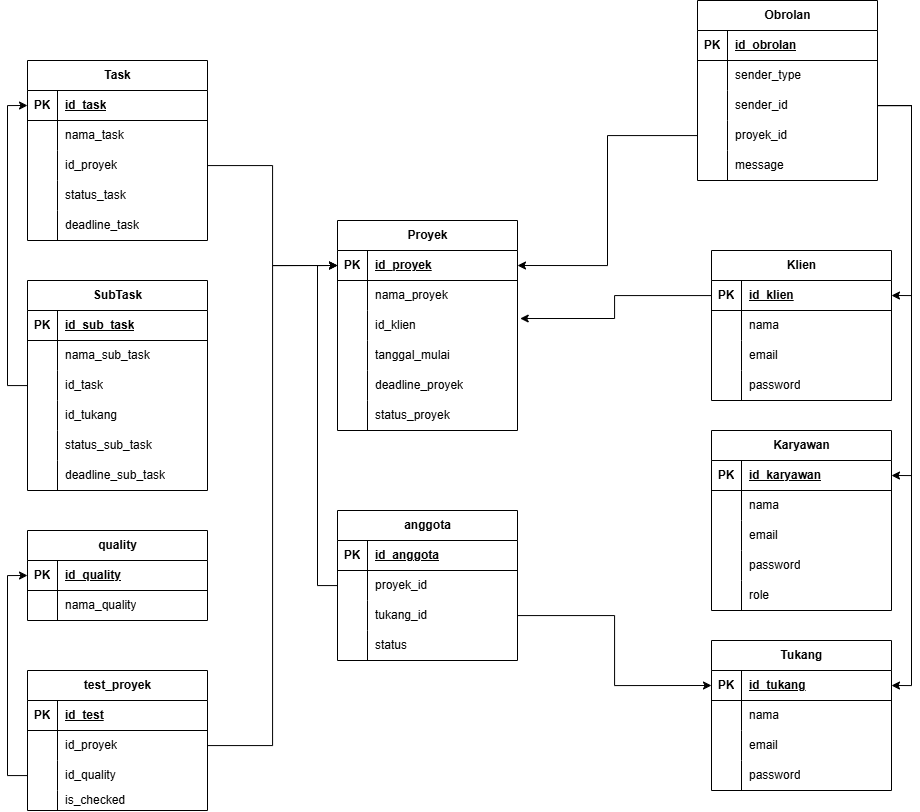
Above: Diagram Tanpa Judul.drawio.png in hambali-020608/web-manajemen-proyek (draw.io), before the change. Source tidied: cells renumbered, new cells last; positions are measured from the earlier drawing's top-left corner, leaving out a move shared by most shapes.
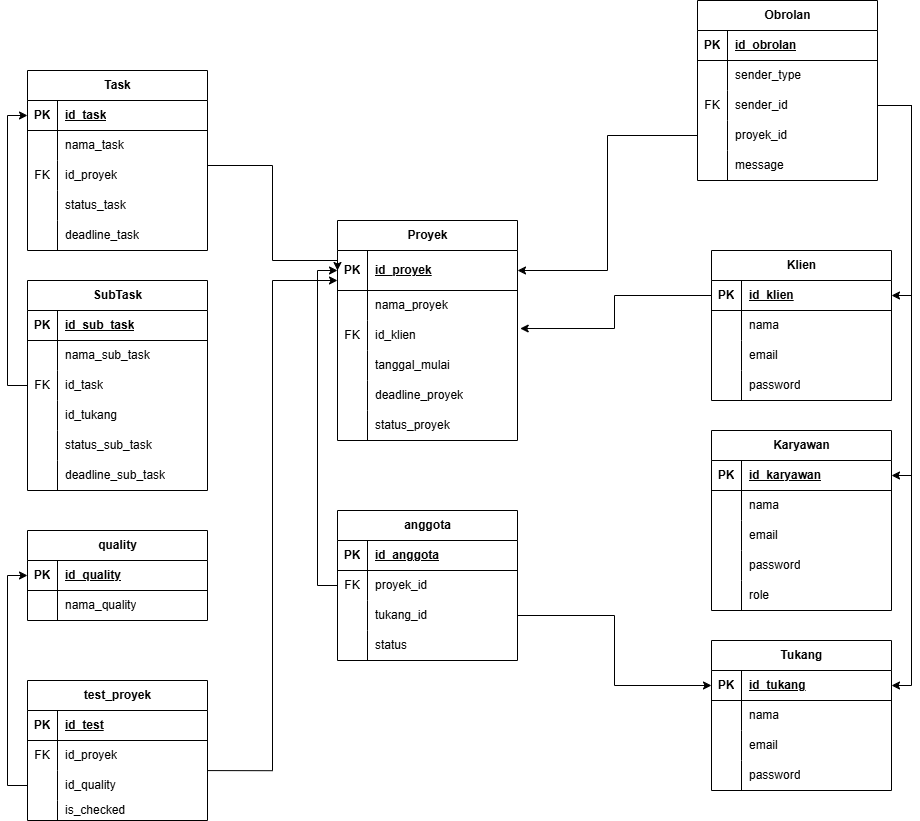
Later version of the same file.

Change to the diagram source:
```diff
@@ -3,19 +3,19 @@
     <mxCell id="0" />
     <mxCell id="1" parent="0" />
     <mxCell id="2" value="Proyek" style="shape=table;startSize=30;rowLines=0;fontStyle=1;align=center;html=1;" parent="1" vertex="1">
-      <mxGeometry x="310" y="220" width="180" height="210" as="geometry" />
+      <mxGeometry x="310" y="220" width="180" height="220" as="geometry" />
     </mxCell>
     <mxCell id="3" style="shape=tableRow;horizontal=0;startSize=0;swimlaneHead=0;swimlaneBody=0;fillColor=none;points=[[0,0.5],[1,0.5]];portConstraint=eastwest;top=0;left=0;right=0;bottom=1;" parent="2" vertex="1">
-      <mxGeometry y="30" width="180" height="30" as="geometry" />
+      <mxGeometry y="30" width="180" height="40" as="geometry" />
     </mxCell>
     <mxCell id="4" value="PK" style="shape=partialRectangle;fillColor=none;top=0;left=0;bottom=0;right=0;fontStyle=1;overflow=hidden;whiteSpace=wrap;html=1;" parent="3" vertex="1">
-      <mxGeometry width="30" height="30" as="geometry" />
+      <mxGeometry width="30" height="40" as="geometry" />
     </mxCell>
     <mxCell id="5" value="id_proyek" style="shape=partialRectangle;fillColor=none;top=0;left=0;bottom=0;right=0;align=left;spacingLeft=6;fontStyle=5;overflow=hidden;whiteSpace=wrap;html=1;" parent="3" vertex="1">
-      <mxGeometry x="30" width="150" height="30" as="geometry" />
+      <mxGeometry x="30" width="150" height="40" as="geometry" />
     </mxCell>
     <mxCell id="6" style="shape=tableRow;horizontal=0;startSize=0;swimlaneHead=0;swimlaneBody=0;fillColor=none;top=0;left=0;right=0;bottom=0;" parent="2" vertex="1">
-      <mxGeometry y="60" width="180" height="30" as="geometry" />
+      <mxGeometry y="70" width="180" height="30" as="geometry" />
     </mxCell>
     <mxCell id="7" style="shape=partialRectangle;fillColor=none;top=0;left=0;bottom=0;right=0;overflow=hidden;whiteSpace=wrap;html=1;" parent="6" vertex="1">
       <mxGeometry width="30" height="30" as="geometry" />
@@ -24,16 +24,16 @@
       <mxGeometry x="30" width="150" height="30" as="geometry" />
     </mxCell>
     <mxCell id="9" style="shape=tableRow;horizontal=0;startSize=0;swimlaneHead=0;swimlaneBody=0;fillColor=none;points=[[0,0.5],[1,0.5]];portConstraint=eastwest;top=0;left=0;right=0;bottom=0;" parent="2" vertex="1">
-      <mxGeometry y="90" width="180" height="30" as="geometry" />
+      <mxGeometry y="100" width="180" height="30" as="geometry" />
     </mxCell>
-    <mxCell id="10" style="shape=partialRectangle;fillColor=none;top=0;left=0;bottom=0;right=0;overflow=hidden;whiteSpace=wrap;html=1;" parent="9" vertex="1">
+    <mxCell id="10" value="FK" style="shape=partialRectangle;fillColor=none;top=0;left=0;bottom=0;right=0;overflow=hidden;whiteSpace=wrap;html=1;" parent="9" vertex="1">
       <mxGeometry width="30" height="30" as="geometry" />
     </mxCell>
     <mxCell id="11" value="id_klien" style="shape=partialRectangle;fillColor=none;top=0;left=0;bottom=0;right=0;align=left;spacingLeft=6;overflow=hidden;whiteSpace=wrap;html=1;" parent="9" vertex="1">
       <mxGeometry x="30" width="150" height="30" as="geometry" />
     </mxCell>
     <mxCell id="12" style="shape=tableRow;horizontal=0;startSize=0;swimlaneHead=0;swimlaneBody=0;fillColor=none;top=0;left=0;right=0;bottom=0;" parent="2" vertex="1">
-      <mxGeometry y="120" width="180" height="30" as="geometry" />
+      <mxGeometry y="130" width="180" height="30" as="geometry" />
     </mxCell>
     <mxCell id="13" style="shape=partialRectangle;fillColor=none;top=0;left=0;bottom=0;right=0;overflow=hidden;whiteSpace=wrap;html=1;" parent="12" vertex="1">
       <mxGeometry width="30" height="30" as="geometry" />
@@ -42,7 +42,7 @@
       <mxGeometry x="30" width="150" height="30" as="geometry" />
     </mxCell>
     <mxCell id="15" style="shape=tableRow;horizontal=0;startSize=0;swimlaneHead=0;swimlaneBody=0;fillColor=none;top=0;left=0;right=0;bottom=0;" parent="2" vertex="1">
-      <mxGeometry y="150" width="180" height="30" as="geometry" />
+      <mxGeometry y="160" width="180" height="30" as="geometry" />
     </mxCell>
     <mxCell id="16" style="shape=partialRectangle;fillColor=none;top=0;left=0;bottom=0;right=0;overflow=hidden;whiteSpace=wrap;html=1;" parent="15" vertex="1">
       <mxGeometry width="30" height="30" as="geometry" />
@@ -51,7 +51,7 @@
       <mxGeometry x="30" width="150" height="30" as="geometry" />
     </mxCell>
     <mxCell id="18" style="shape=tableRow;horizontal=0;startSize=0;swimlaneHead=0;swimlaneBody=0;fillColor=none;top=0;left=0;right=0;bottom=0;" parent="2" vertex="1">
-      <mxGeometry y="180" width="180" height="30" as="geometry" />
+      <mxGeometry y="190" width="180" height="30" as="geometry" />
     </mxCell>
     <mxCell id="19" style="shape=partialRectangle;fillColor=none;top=0;left=0;bottom=0;right=0;overflow=hidden;whiteSpace=wrap;html=1;" parent="18" vertex="1">
       <mxGeometry width="30" height="30" as="geometry" />
@@ -230,7 +230,7 @@
     <mxCell id="77" style="shape=tableRow;horizontal=0;startSize=0;swimlaneHead=0;swimlaneBody=0;fillColor=none;points=[[0,0.5],[1,0.5]];portConstraint=eastwest;top=0;left=0;right=0;bottom=0;" parent="70" vertex="1">
       <mxGeometry y="90" width="180" height="30" as="geometry" />
     </mxCell>
-    <mxCell id="78" style="shape=partialRectangle;fillColor=none;top=0;left=0;bottom=0;right=0;overflow=hidden;whiteSpace=wrap;html=1;" parent="77" vertex="1">
+    <mxCell id="78" value="FK" style="shape=partialRectangle;fillColor=none;top=0;left=0;bottom=0;right=0;overflow=hidden;whiteSpace=wrap;html=1;" parent="77" vertex="1">
       <mxGeometry width="30" height="30" as="geometry" />
     </mxCell>
     <mxCell id="79" value="id_task" style="shape=partialRectangle;fillColor=none;top=0;left=0;bottom=0;right=0;align=left;spacingLeft=6;overflow=hidden;whiteSpace=wrap;html=1;" parent="77" vertex="1">
@@ -290,7 +290,7 @@
     <mxCell id="97" style="shape=tableRow;horizontal=0;startSize=0;swimlaneHead=0;swimlaneBody=0;fillColor=none;points=[[0,0.5],[1,0.5]];portConstraint=eastwest;top=0;left=0;right=0;bottom=0;" parent="90" vertex="1">
       <mxGeometry y="90" width="180" height="30" as="geometry" />
     </mxCell>
-    <mxCell id="98" style="shape=partialRectangle;fillColor=none;top=0;left=0;bottom=0;right=0;overflow=hidden;whiteSpace=wrap;html=1;" parent="97" vertex="1">
+    <mxCell id="98" value="FK" style="shape=partialRectangle;fillColor=none;top=0;left=0;bottom=0;right=0;overflow=hidden;whiteSpace=wrap;html=1;" parent="97" vertex="1">
       <mxGeometry width="30" height="30" as="geometry" />
     </mxCell>
     <mxCell id="99" value="sender_id" style="shape=partialRectangle;fillColor=none;top=0;left=0;bottom=0;right=0;align=left;spacingLeft=6;overflow=hidden;whiteSpace=wrap;html=1;" parent="97" vertex="1">
@@ -327,7 +327,7 @@
       <mxGeometry relative="1" as="geometry" />
     </mxCell>
     <mxCell id="110" value="Task" style="shape=table;startSize=30;rowLines=0;fontStyle=1;align=center;html=1;" parent="1" vertex="1">
-      <mxGeometry y="60" width="180" height="180" as="geometry" />
+      <mxGeometry y="70" width="180" height="180" as="geometry" />
     </mxCell>
     <mxCell id="111" style="shape=tableRow;horizontal=0;startSize=0;swimlaneHead=0;swimlaneBody=0;fillColor=none;points=[[0,0.5],[1,0.5]];portConstraint=eastwest;top=0;left=0;right=0;bottom=1;" parent="110" vertex="1">
       <mxGeometry y="30" width="180" height="30" as="geometry" />
@@ -350,7 +350,7 @@
     <mxCell id="117" style="shape=tableRow;horizontal=0;startSize=0;swimlaneHead=0;swimlaneBody=0;fillColor=none;points=[[0,0.5],[1,0.5]];portConstraint=eastwest;top=0;left=0;right=0;bottom=0;" parent="110" vertex="1">
       <mxGeometry y="90" width="180" height="30" as="geometry" />
     </mxCell>
-    <mxCell id="118" style="shape=partialRectangle;fillColor=none;top=0;left=0;bottom=0;right=0;overflow=hidden;whiteSpace=wrap;html=1;" parent="117" vertex="1">
+    <mxCell id="118" value="FK" style="shape=partialRectangle;fillColor=none;top=0;left=0;bottom=0;right=0;overflow=hidden;whiteSpace=wrap;html=1;" parent="117" vertex="1">
       <mxGeometry width="30" height="30" as="geometry" />
     </mxCell>
     <mxCell id="119" value="id_proyek" style="shape=partialRectangle;fillColor=none;top=0;left=0;bottom=0;right=0;align=left;spacingLeft=6;overflow=hidden;whiteSpace=wrap;html=1;" parent="117" vertex="1">
@@ -375,13 +375,19 @@
       <mxGeometry x="30" width="150" height="30" as="geometry" />
     </mxCell>
     <mxCell id="126" style="edgeStyle=orthogonalEdgeStyle;rounded=0;jettySize=auto;html=1;entryX=0;entryY=0.5;entryDx=0;entryDy=0;" parent="1" edge="1" source="117" target="3">
-      <mxGeometry relative="1" as="geometry" />
+      <mxGeometry relative="1" as="geometry">
+        <Array as="points">
+          <mxPoint x="245" y="165" />
+          <mxPoint x="245" y="260" />
+          <mxPoint x="310" y="260" />
+        </Array>
+      </mxGeometry>
     </mxCell>
     <mxCell id="127" style="edgeStyle=orthogonalEdgeStyle;rounded=0;jettySize=auto;html=1;entryX=0;entryY=0.5;entryDx=0;entryDy=0;" parent="1" edge="1" source="77" target="111">
       <mxGeometry relative="1" as="geometry" />
     </mxCell>
     <mxCell id="128" value="test_proyek" style="shape=table;startSize=30;rowLines=0;fontStyle=1;align=center;html=1;" parent="1" vertex="1">
-      <mxGeometry y="670" width="180" height="140" as="geometry" />
+      <mxGeometry y="680" width="180" height="140" as="geometry" />
     </mxCell>
     <mxCell id="129" style="shape=tableRow;horizontal=0;startSize=0;swimlaneHead=0;swimlaneBody=0;fillColor=none;top=0;left=0;right=0;bottom=1;" parent="128" vertex="1">
       <mxGeometry y="30" width="180" height="30" as="geometry" />
@@ -395,7 +401,7 @@
     <mxCell id="132" style="shape=tableRow;horizontal=0;startSize=0;swimlaneHead=0;swimlaneBody=0;fillColor=none;points=[[0,0.5],[1,0.5]];portConstraint=eastwest;top=0;left=0;right=0;bottom=0;" parent="128" vertex="1">
       <mxGeometry y="60" width="180" height="30" as="geometry" />
     </mxCell>
-    <mxCell id="133" style="shape=partialRectangle;fillColor=none;top=0;left=0;bottom=0;right=0;overflow=hidden;whiteSpace=wrap;html=1;" parent="132" vertex="1">
+    <mxCell id="133" value="FK" style="shape=partialRectangle;fillColor=none;top=0;left=0;bottom=0;right=0;overflow=hidden;whiteSpace=wrap;html=1;" parent="132" vertex="1">
       <mxGeometry width="30" height="30" as="geometry" />
     </mxCell>
     <mxCell id="134" value="id_proyek" style="shape=partialRectangle;fillColor=none;top=0;left=0;bottom=0;right=0;align=left;spacingLeft=6;overflow=hidden;whiteSpace=wrap;html=1;" parent="132" vertex="1">
@@ -419,8 +425,15 @@
     <mxCell id="140" value="is_checked" style="shape=partialRectangle;fillColor=none;top=0;left=0;bottom=0;right=0;align=left;spacingLeft=6;overflow=hidden;whiteSpace=wrap;html=1;" parent="138" vertex="1">
       <mxGeometry x="30" width="150" height="20" as="geometry" />
     </mxCell>
-    <mxCell id="141" style="edgeStyle=orthogonalEdgeStyle;rounded=0;jettySize=auto;html=1;entryX=0;entryY=0.5;entryDx=0;entryDy=0;" parent="1" edge="1" source="132" target="3">
-      <mxGeometry relative="1" as="geometry" />
+    <mxCell id="141" style="edgeStyle=orthogonalEdgeStyle;rounded=0;orthogonalLoop=1;jettySize=auto;html=1;entryX=0;entryY=0.5;entryDx=0;entryDy=0;" parent="1" edge="1">
+      <mxGeometry relative="1" as="geometry">
+        <mxPoint x="180" y="770.1" as="sourcePoint" />
+        <mxPoint x="310" y="280" as="targetPoint" />
+        <Array as="points">
+          <mxPoint x="245" y="770" />
+          <mxPoint x="245" y="280" />
+        </Array>
+      </mxGeometry>
     </mxCell>
     <mxCell id="142" value="anggota" style="shape=table;startSize=30;rowLines=0;fontStyle=1;align=center;html=1;" parent="1" vertex="1">
       <mxGeometry x="310" y="510" width="180" height="150" as="geometry" />
@@ -437,7 +450,7 @@
     <mxCell id="146" style="shape=tableRow;horizontal=0;startSize=0;swimlaneHead=0;swimlaneBody=0;fillColor=none;points=[[0,0.5],[1,0.5]];portConstraint=eastwest;top=0;left=0;right=0;bottom=0;" parent="142" vertex="1">
       <mxGeometry y="60" width="180" height="30" as="geometry" />
     </mxCell>
-    <mxCell id="147" style="shape=partialRectangle;fillColor=none;top=0;left=0;bottom=0;right=0;overflow=hidden;whiteSpace=wrap;html=1;" parent="146" vertex="1">
+    <mxCell id="147" value="FK" style="shape=partialRectangle;fillColor=none;top=0;left=0;bottom=0;right=0;overflow=hidden;whiteSpace=wrap;html=1;" parent="146" vertex="1">
       <mxGeometry width="30" height="30" as="geometry" />
     </mxCell>
     <mxCell id="148" value="proyek_id" style="shape=partialRectangle;fillColor=none;top=0;left=0;bottom=0;right=0;align=left;spacingLeft=6;overflow=hidden;whiteSpace=wrap;html=1;" parent="146" vertex="1">
@@ -468,7 +481,12 @@
       <mxGeometry relative="1" as="geometry" />
     </mxCell>
     <mxCell id="157" style="edgeStyle=orthogonalEdgeStyle;rounded=0;jettySize=auto;html=1;entryX=0;entryY=0.5;entryDx=0;entryDy=0;" parent="1" edge="1" source="146" target="3">
-      <mxGeometry relative="1" as="geometry" />
+      <mxGeometry relative="1" as="geometry">
+        <Array as="points">
+          <mxPoint x="290" y="585" />
+          <mxPoint x="290" y="270" />
+        </Array>
+      </mxGeometry>
     </mxCell>
   </root>
 </mxGraphModel>
```
